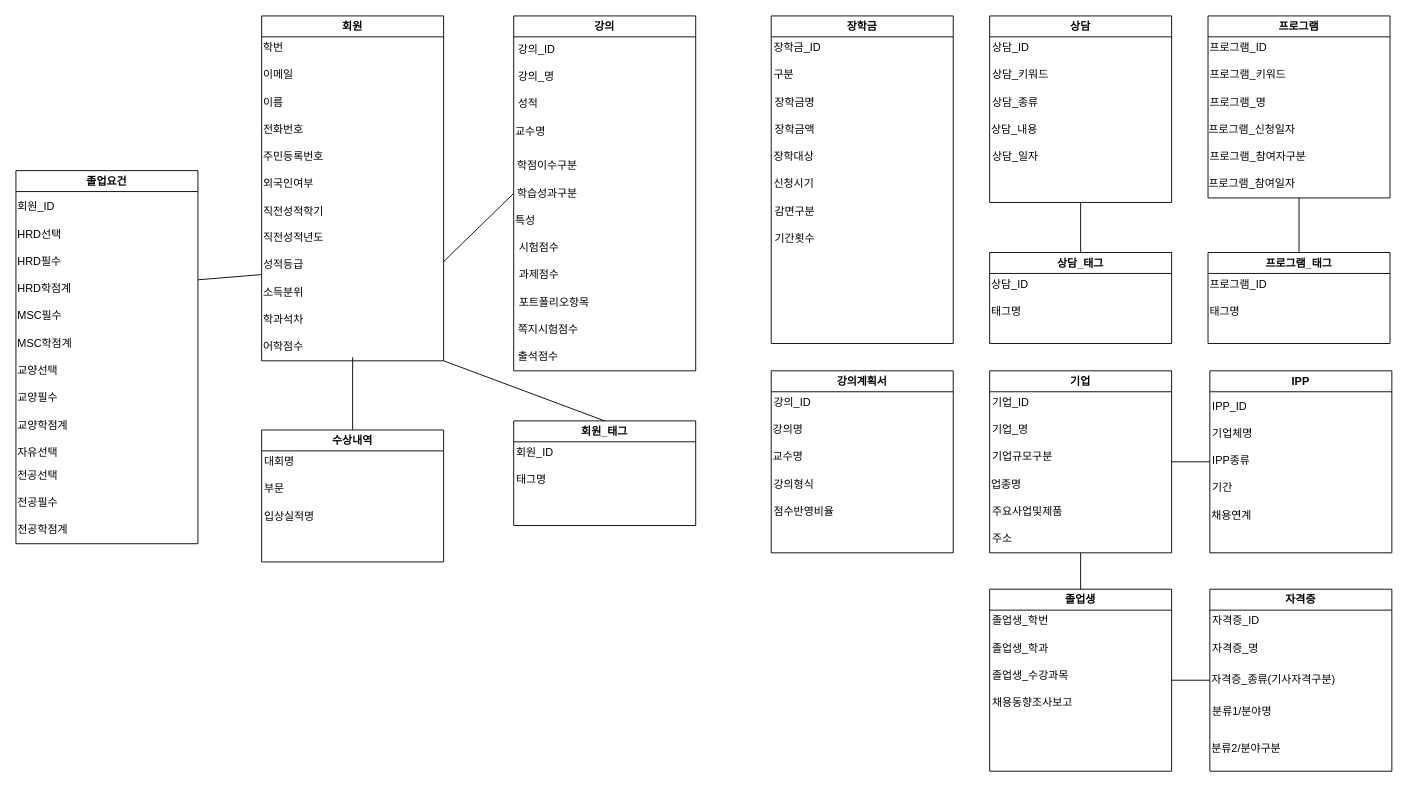
Before: Kody.drawio in KimEunSeop/Kody, a draw.io diagram. Source tidied: cells renumbered, new cells numbered last; positions are measured from the earlier drawing's top-left corner, leaving out a move shared by most shapes. Both pictures are drawn from the tidied source at 91%, with x=0, y=0 at pixel (15, 15).
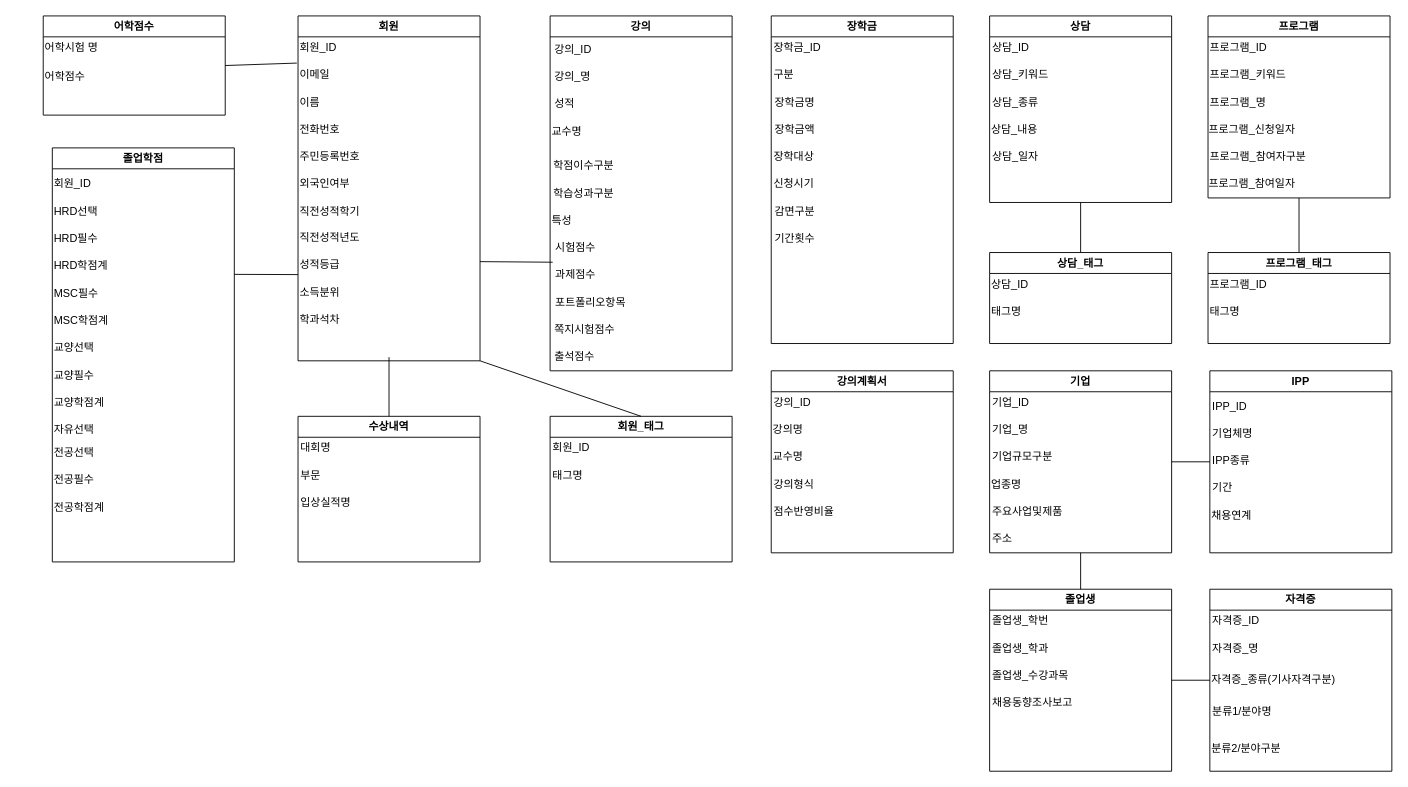
Above is the later version.

The change refers to these unchanged cells:
```xml
<mxCell id="5" value="이메일" style="text;html=1;align=left;verticalAlign=middle;points=[];strokeColor=none;fillColor=none;" parent="2" vertex="1">
  <mxGeometry y="50" width="60" height="30" as="geometry" />
</mxCell>
<mxCell id="24" value="과제점수" style="text;html=1;align=left;verticalAlign=middle;points=[];strokeColor=none;fillColor=none;" parent="15" vertex="1">
  <mxGeometry x="4" y="270" width="70" height="30" as="geometry" />
</mxCell>
```

Change to the diagram source:
```diff
@@
     <mxCell id="2" value="회원" style="swimlane;whiteSpace=wrap;html=1;" parent="1" vertex="1">
-      <mxGeometry x="270" width="200" height="379" as="geometry" />
+      <mxGeometry x="310" width="200" height="379" as="geometry" />
     </mxCell>
@@
-    <mxCell id="6" value="학번" style="text;html=1;align=left;verticalAlign=middle;strokeColor=none;fillColor=none;" parent="2" vertex="1">
-      <mxGeometry y="20" width="50" height="30" as="geometry" />
+    <mxCell id="6" value="회원_ID" style="text;html=1;align=left;verticalAlign=middle;strokeColor=none;fillColor=none;" parent="2" vertex="1">
+      <mxGeometry y="20" width="70" height="30" as="geometry" />
     </mxCell>
@@
-    <mxCell id="13" value="어학점수" style="text;html=1;align=left;verticalAlign=middle;strokeColor=none;fillColor=none;" parent="2" vertex="1">
-      <mxGeometry y="349" width="70" height="30" as="geometry" />
-    </mxCell>
@@
     <mxCell id="15" value="강의" style="swimlane;whiteSpace=wrap;html=1;startSize=23;" parent="1" vertex="1">
-      <mxGeometry x="547" width="200" height="390" as="geometry" />
+      <mxGeometry x="587" width="200" height="390" as="geometry" />
     </mxCell>
@@
-    <mxCell id="28" value="졸업요건" style="swimlane;whiteSpace=wrap;html=1;" parent="1" vertex="1">
-      <mxGeometry y="170" width="200" height="410" as="geometry" />
+    <mxCell id="28" value="졸업학점" style="swimlane;whiteSpace=wrap;html=1;" parent="1" vertex="1">
+      <mxGeometry x="40" y="145" width="200" height="455" as="geometry" />
     </mxCell>
@@
-    <mxCell id="62" style="endArrow=none;html=1;rounded=0;entryX=0;entryY=0.5;entryDx=0;entryDy=0;" parent="1" edge="1" target="15">
+    <mxCell id="62" style="endArrow=none;html=1;rounded=0;entryX=-0.016;entryY=0.022;entryDx=0;entryDy=0;entryPerimeter=0;" parent="1" edge="1" target="24">
       <mxGeometry relative="1" as="geometry">
-        <mxPoint x="470" y="270" as="sourcePoint" />
+        <mxPoint x="510" y="270" as="sourcePoint" />
       </mxGeometry>
     </mxCell>
     <mxCell id="63" value="수상내역" style="swimlane;whiteSpace=wrap;html=1;startSize=23;" parent="1" vertex="1">
-      <mxGeometry x="270" y="455" width="200" height="145" as="geometry" />
+      <mxGeometry x="310" y="440" width="200" height="160" as="geometry" />
     </mxCell>
@@
     <mxCell id="67" style="endArrow=none;html=1;rounded=0;exitX=0.5;exitY=0;exitDx=0;exitDy=0;" parent="1" edge="1" source="63">
       <mxGeometry relative="1" as="geometry">
-        <mxPoint x="370" y="375" as="targetPoint" />
+        <mxPoint x="410" y="375" as="targetPoint" />
       </mxGeometry>
     </mxCell>
@@
     <mxCell id="74" value="회원_태그" style="swimlane;whiteSpace=wrap;html=1;startSize=23;" parent="1" vertex="1">
-      <mxGeometry x="547" y="445" width="200" height="115" as="geometry" />
+      <mxGeometry x="587" y="440" width="200" height="160" as="geometry" />
     </mxCell>
@@
     <mxCell id="115" style="endArrow=none;html=1;rounded=0;exitX=0;exitY=0.75;exitDx=0;exitDy=0;" parent="1" edge="1" source="2">
       <mxGeometry relative="1" as="geometry">
-        <mxPoint x="200" y="290" as="targetPoint" />
+        <mxPoint x="240" y="284" as="targetPoint" />
       </mxGeometry>
     </mxCell>
+    <mxCell id="116" value="어학점수" style="swimlane;whiteSpace=wrap;html=1;" parent="1" vertex="1">
+      <mxGeometry x="30" width="200" height="109" as="geometry" />
+    </mxCell>
+    <mxCell id="117" value="어학시험 명" style="text;html=1;align=left;verticalAlign=middle;strokeColor=none;fillColor=none;" parent="116" vertex="1">
+      <mxGeometry y="20" width="90" height="30" as="geometry" />
+    </mxCell>
+    <mxCell id="13" value="어학점수" style="text;html=1;align=left;verticalAlign=middle;strokeColor=none;fillColor=none;" parent="116" vertex="1">
+      <mxGeometry y="52" width="70" height="30" as="geometry" />
+    </mxCell>
+    <mxCell id="118" style="endArrow=none;html=1;rounded=0;entryX=1;entryY=0.5;entryDx=0;entryDy=0;exitX=-0.022;exitY=0.061;exitDx=0;exitDy=0;exitPerimeter=0;" parent="1" edge="1" source="5" target="116">
+      <mxGeometry relative="1" as="geometry" />
+    </mxCell>
```
